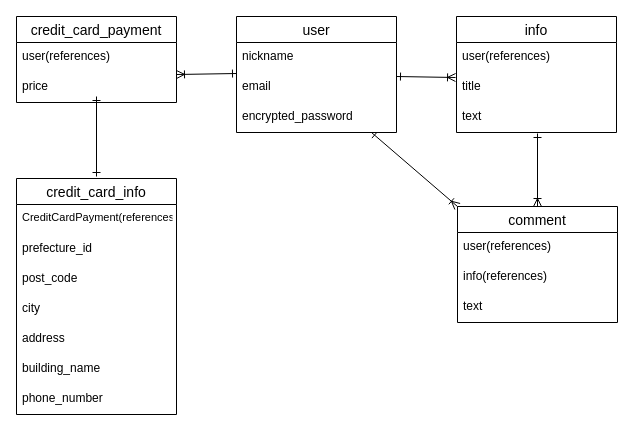
yahobaby/guruguru keeps this draw.io diagram as guruguru.dio. Above is the earlier version. Source tidied: cells renumbered, new cells numbered last; positions are measured from the earlier drawing's top-left corner, leaving out a move shared by most shapes. Both pictures are drawn from the tidied source at 100%, with x=0, y=0 at pixel (16, 16).
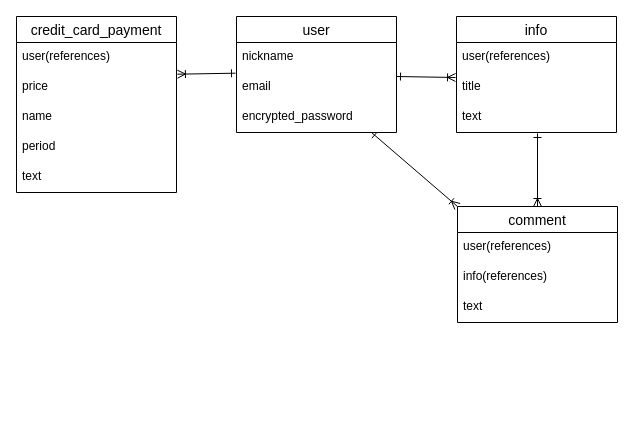
The same diagram, later.

What changed in the source:
```diff
@@
     <mxCell id="2" value="credit_card_payment" style="swimlane;fontStyle=0;horizontal=1;startSize=26;align=center;fontSize=14;" parent="1" vertex="1">
-      <mxGeometry width="160" height="86" as="geometry" />
+      <mxGeometry width="160" height="176" as="geometry" />
     </mxCell>
+    <mxCell id="30" value="user(references)&#10;" style="text;strokeColor=none;fillColor=none;spacingLeft=4;spacingRight=4;overflow=hidden;fontSize=12;" parent="2" vertex="1">
+      <mxGeometry y="26" width="160" height="30" as="geometry" />
+    </mxCell>
-    <mxCell id="3" value="user(references)" style="text;strokeColor=none;fillColor=none;spacingLeft=4;spacingRight=4;overflow=hidden;fontSize=12;" parent="2" vertex="1">
-      <mxGeometry y="26" width="160" height="30" as="geometry" />
+    <mxCell id="3" value="price" style="text;strokeColor=none;fillColor=none;spacingLeft=4;spacingRight=4;overflow=hidden;fontSize=12;" parent="2" vertex="1">
+      <mxGeometry y="56" width="160" height="30" as="geometry" />
     </mxCell>
-    <mxCell id="4" value="price" style="text;strokeColor=none;fillColor=none;spacingLeft=4;spacingRight=4;overflow=hidden;fontSize=12;" parent="2" vertex="1">
-      <mxGeometry y="56" width="160" height="30" as="geometry" />
+    <mxCell id="4" value="name" style="text;strokeColor=none;fillColor=none;spacingLeft=4;spacingRight=4;overflow=hidden;fontSize=12;" parent="2" vertex="1">
+      <mxGeometry y="86" width="160" height="30" as="geometry" />
     </mxCell>
-    <mxCell id="5" value="credit_card_info" style="swimlane;fontStyle=0;horizontal=1;startSize=26;align=center;fontSize=14;" parent="1" vertex="1">
-      <mxGeometry y="162" width="160" height="236" as="geometry" />
-    </mxCell>
-    <mxCell id="6" value="CreditCardPayment(references)" style="text;strokeColor=none;fillColor=none;spacingLeft=4;spacingRight=4;overflow=hidden;fontSize=11;" parent="5" vertex="1">
-      <mxGeometry y="26" width="160" height="30" as="geometry" />
-    </mxCell>
-    <mxCell id="7" value="prefecture_id" style="text;strokeColor=none;fillColor=none;spacingLeft=4;spacingRight=4;overflow=hidden;fontSize=12;" parent="5" vertex="1">
-      <mxGeometry y="56" width="160" height="30" as="geometry" />
-    </mxCell>
-    <mxCell id="8" value="post_code" style="text;strokeColor=none;fillColor=none;spacingLeft=4;spacingRight=4;overflow=hidden;fontSize=12;" parent="5" vertex="1">
-      <mxGeometry y="86" width="160" height="30" as="geometry" />
-    </mxCell>
-    <mxCell id="9" value="city" style="text;strokeColor=none;fillColor=none;spacingLeft=4;spacingRight=4;overflow=hidden;fontSize=12;" parent="5" vertex="1">
-      <mxGeometry y="116" width="160" height="30" as="geometry" />
-    </mxCell>
-    <mxCell id="10" value="address" style="text;strokeColor=none;fillColor=none;spacingLeft=4;spacingRight=4;overflow=hidden;fontSize=12;" parent="5" vertex="1">
-      <mxGeometry y="146" width="160" height="30" as="geometry" />
-    </mxCell>
-    <mxCell id="11" value="building_name" style="text;strokeColor=none;fillColor=none;spacingLeft=4;spacingRight=4;overflow=hidden;fontSize=12;" parent="5" vertex="1">
-      <mxGeometry y="176" width="160" height="30" as="geometry" />
+    <mxCell id="11" value="period" style="text;strokeColor=none;fillColor=none;spacingLeft=4;spacingRight=4;overflow=hidden;fontSize=12;" parent="2" vertex="1">
+      <mxGeometry y="116" width="160" height="30" as="geometry" />
     </mxCell>
-    <mxCell id="12" value="phone_number" style="text;strokeColor=none;fillColor=none;spacingLeft=4;spacingRight=4;overflow=hidden;fontSize=12;" parent="5" vertex="1">
-      <mxGeometry y="206" width="160" height="30" as="geometry" />
-    </mxCell>
+    <mxCell id="31" value="text" style="text;strokeColor=none;fillColor=none;spacingLeft=4;spacingRight=4;overflow=hidden;fontSize=12;" parent="2" vertex="1">
+      <mxGeometry y="146" width="160" height="30" as="geometry" />
+    </mxCell>
@@
-    <mxCell id="21" style="endArrow=ERone;startArrow=ERone;html=1;startFill=0;endFill=0;" parent="1" edge="1">
-      <mxGeometry relative="1" as="geometry">
-        <mxPoint x="80" y="160" as="sourcePoint" />
-        <mxPoint x="80" y="80" as="targetPoint" />
-      </mxGeometry>
-    </mxCell>
@@
-    <mxCell id="29" style="endArrow=ERoneToMany;startArrow=ERone;html=1;startFill=0;endFill=0;" parent="1" edge="1">
-      <mxGeometry relative="1" as="geometry">
-        <mxPoint x="220" y="57" as="sourcePoint" />
-        <mxPoint x="160" y="58" as="targetPoint" />
-      </mxGeometry>
-    </mxCell>
+    <mxCell id="32" style="endArrow=ERoneToMany;startArrow=ERone;html=1;startFill=0;endFill=0;entryX=0.993;entryY=-0.011;entryDx=0;entryDy=0;entryPerimeter=0;exitX=-0.019;exitY=-0.044;exitDx=0;exitDy=0;exitPerimeter=0;" parent="1" edge="1">
+      <mxGeometry relative="1" as="geometry">
+        <mxPoint x="219" y="56.7" as="sourcePoint" />
+        <mxPoint x="160.9" y="57.7" as="targetPoint" />
+      </mxGeometry>
+    </mxCell>
```
